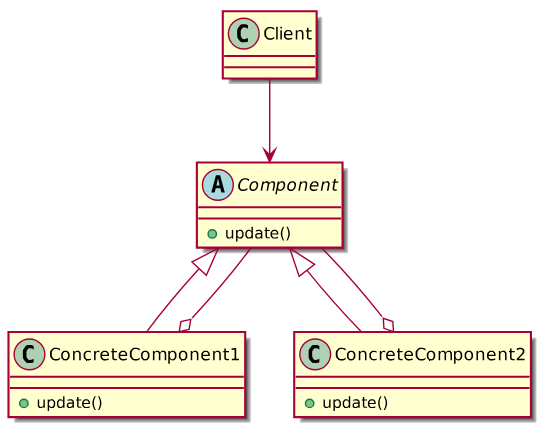
2DGD-F0TH/2DGD_F0TH keeps this PlantUML diagram as images/design_patterns/class_component.svg. Above is the earlier version. Its source is kept beside it as raw_resources/images/design_patterns/class_component.puml. Its diagram source:
```plantuml
@startuml

class Client

abstract class Component{
    + update()
}

class ConcreteComponent1{
    + update()
}

class ConcreteComponent2{
    + update()
}

Client --> Component
Component <|-- ConcreteComponent1
Component <|-- ConcreteComponent2
ConcreteComponent2 o-- Component
ConcreteComponent1 o-- Component

@enduml
```
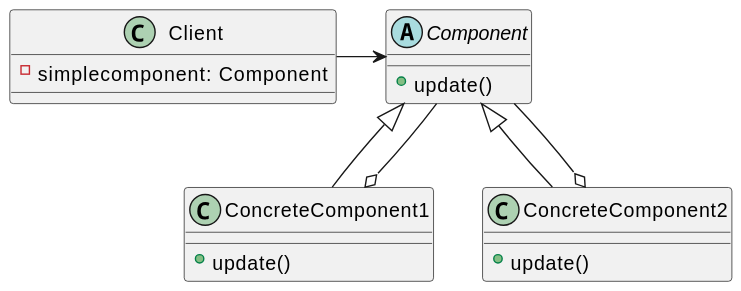
After the commit.

Diff of the diagram source:
```diff
@@ -1,6 +1,8 @@
 @startuml
 
-class Client
+class Client{
+    - simplecomponent: Component
+}
 
 abstract class Component{
     + update()
@@ -14,7 +16,7 @@
     + update()
 }
 
-Client --> Component
+Client -right-> Component
 Component <|-- ConcreteComponent1
 Component <|-- ConcreteComponent2
 ConcreteComponent2 o-- Component
```
